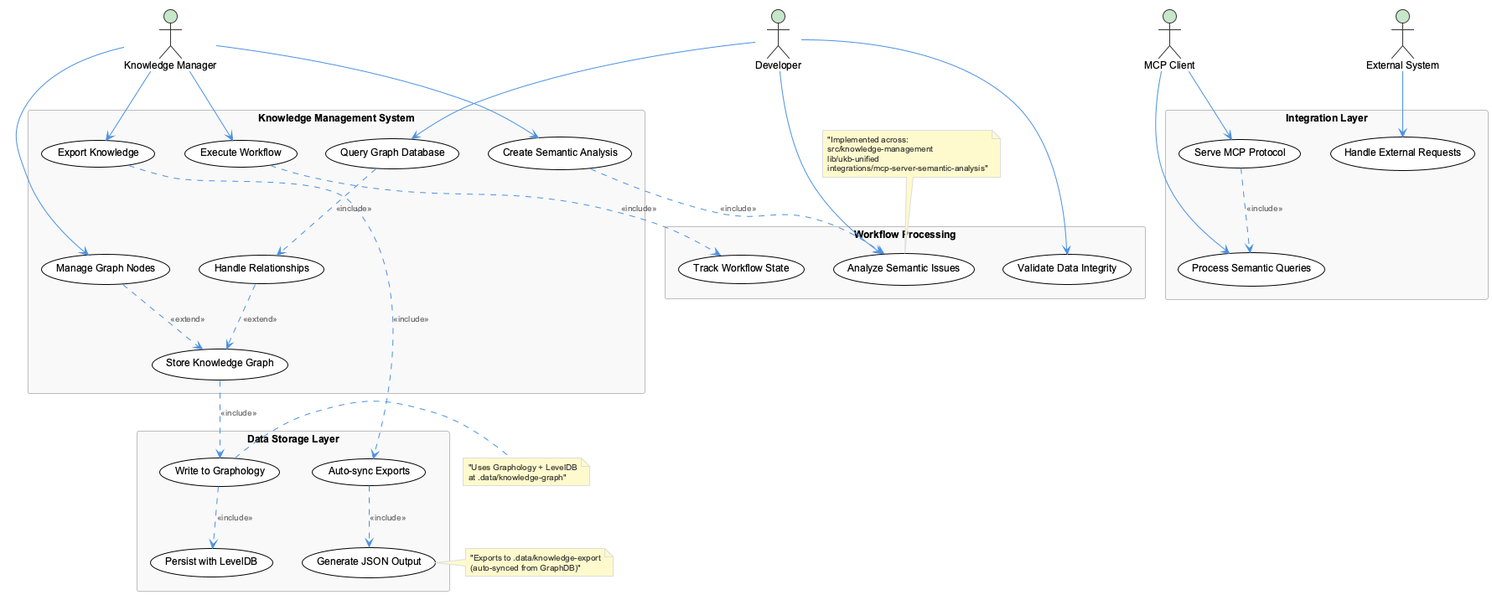
Before: knowledge-management/insights/images/semantic-analysis-workflow-issue-use-cases.png, a diagram exported from PlantUML (fwornle/coding).
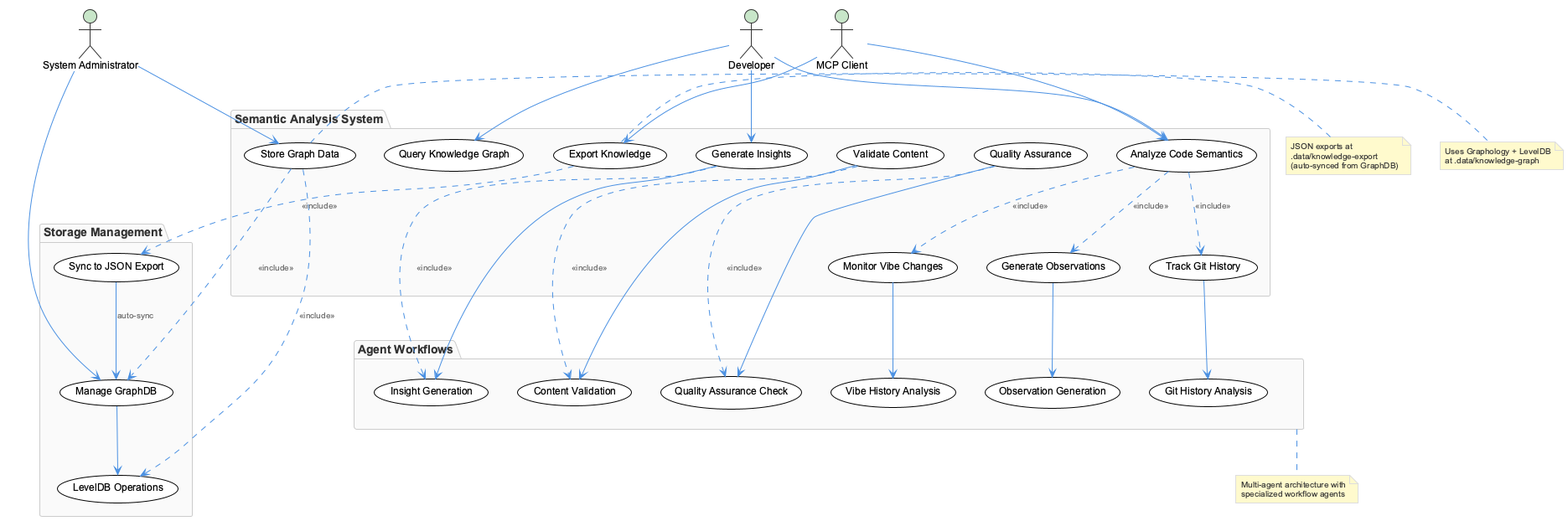
The same diagram one commit later.

Change to the diagram source:
```diff
@@ -1,67 +1,82 @@
 @startuml
 !include /Users/q284340/Agentic/coding/docs/puml/_standard-style.puml
 
-actor "Knowledge Manager" as KM
-actor "Developer" as DEV
-actor "MCP Client" as MCP
-actor "External System" as EXT
+actor "Developer" as dev
+actor "MCP Client" as client
+actor "System Administrator" as admin
 
-rectangle "Knowledge Management System" {
-  usecase "Create Semantic Analysis" as UC1
-  usecase "Execute Workflow" as UC2
-  usecase "Store Knowledge Graph" as UC3
-  usecase "Query Graph Database" as UC4
-  usecase "Export Knowledge" as UC5
-  usecase "Manage Graph Nodes" as UC6
-  usecase "Handle Relationships" as UC7
+package "Semantic Analysis System" {
+  usecase "Analyze Code Semantics" as analyze
+  usecase "Generate Insights" as insights
+  usecase "Validate Content" as validate
+  usecase "Export Knowledge" as export
+  usecase "Store Graph Data" as store
+  usecase "Query Knowledge Graph" as query
+  usecase "Track Git History" as git_history
+  usecase "Monitor Vibe Changes" as vibe_history
+  usecase "Generate Observations" as observations
+  usecase "Quality Assurance" as qa
 }
 
-rectangle "Data Storage Layer" {
-  usecase "Write to Graphology" as UC8
-  usecase "Persist with LevelDB" as UC9
-  usecase "Auto-sync Exports" as UC10
-  usecase "Generate JSON Output" as UC11
+package "Agent Workflows" {
+  usecase "Git History Analysis" as git_agent
+  usecase "Vibe History Analysis" as vibe_agent
+  usecase "Observation Generation" as obs_agent
+  usecase "Insight Generation" as insight_agent
+  usecase "Content Validation" as content_agent
+  usecase "Quality Assurance Check" as qa_agent
 }
 
-rectangle "Integration Layer" {
-  usecase "Serve MCP Protocol" as UC12
-  usecase "Handle External Requests" as UC13
-  usecase "Process Semantic Queries" as UC14
+package "Storage Management" {
+  usecase "Manage GraphDB" as graphdb
+  usecase "Sync to JSON Export" as json_sync
+  usecase "LevelDB Operations" as leveldb
 }
 
-rectangle "Workflow Processing" {
-  usecase "Analyze Semantic Issues" as UC15
-  usecase "Track Workflow State" as UC16
-  usecase "Validate Data Integrity" as UC17
-}
+dev --> analyze
+dev --> insights
+dev --> query
+client --> analyze
+client --> export
+admin --> store
+admin --> graphdb
 
-KM --> UC1
-KM --> UC2
-KM --> UC5
-KM --> UC6
+analyze ..> git_history : <<include>>
+analyze ..> vibe_history : <<include>>
+analyze ..> observations : <<include>>
 
-DEV --> UC4
-DEV --> UC15
-DEV --> UC17
+insights ..> insight_agent : <<include>>
+validate ..> content_agent : <<include>>
+qa ..> qa_agent : <<include>>
 
-MCP --> UC12
-MCP --> UC14
+store ..> graphdb : <<include>>
+store ..> leveldb : <<include>>
+export ..> json_sync : <<include>>
 
-EXT --> UC13
+git_history --> git_agent
+vibe_history --> vibe_agent
+observations --> obs_agent
+insights --> insight_agent
+validate --> content_agent
+qa --> qa_agent
 
-UC1 ..> UC15 : <<include>>
-UC2 ..> UC16 : <<include>>
-UC3 ..> UC8 : <<include>>
-UC8 ..> UC9 : <<include>>
-UC5 ..> UC10 : <<include>>
-UC10 ..> UC11 : <<include>>
-UC4 ..> UC7 : <<include>>
-UC12 ..> UC14 : <<include>>
-UC6 ..> UC3 : <<extend>>
-UC7 ..> UC3 : <<extend>>
+graphdb --> leveldb
+json_sync --> graphdb : "auto-sync"
 
-note right of UC8 : "Uses Graphology + LevelDB\nat .data/knowledge-graph"
-note right of UC11 : "Exports to .data/knowledge-export\n(auto-synced from GraphDB)"
-note top of UC15 : "Implemented across:\nsrc/knowledge-management\nlib/ukb-unified\nintegrations/mcp-server-semantic-analysis"
+note right of export
+  JSON exports at
+  .data/knowledge-export
+  (auto-synced from GraphDB)
+end note
+
+note right of store
+  Uses Graphology + LevelDB
+  at .data/knowledge-graph
+end note
+
+note bottom of "Agent Workflows"
+  Multi-agent architecture with
+  specialized workflow agents
+end note
 
 @enduml
```
